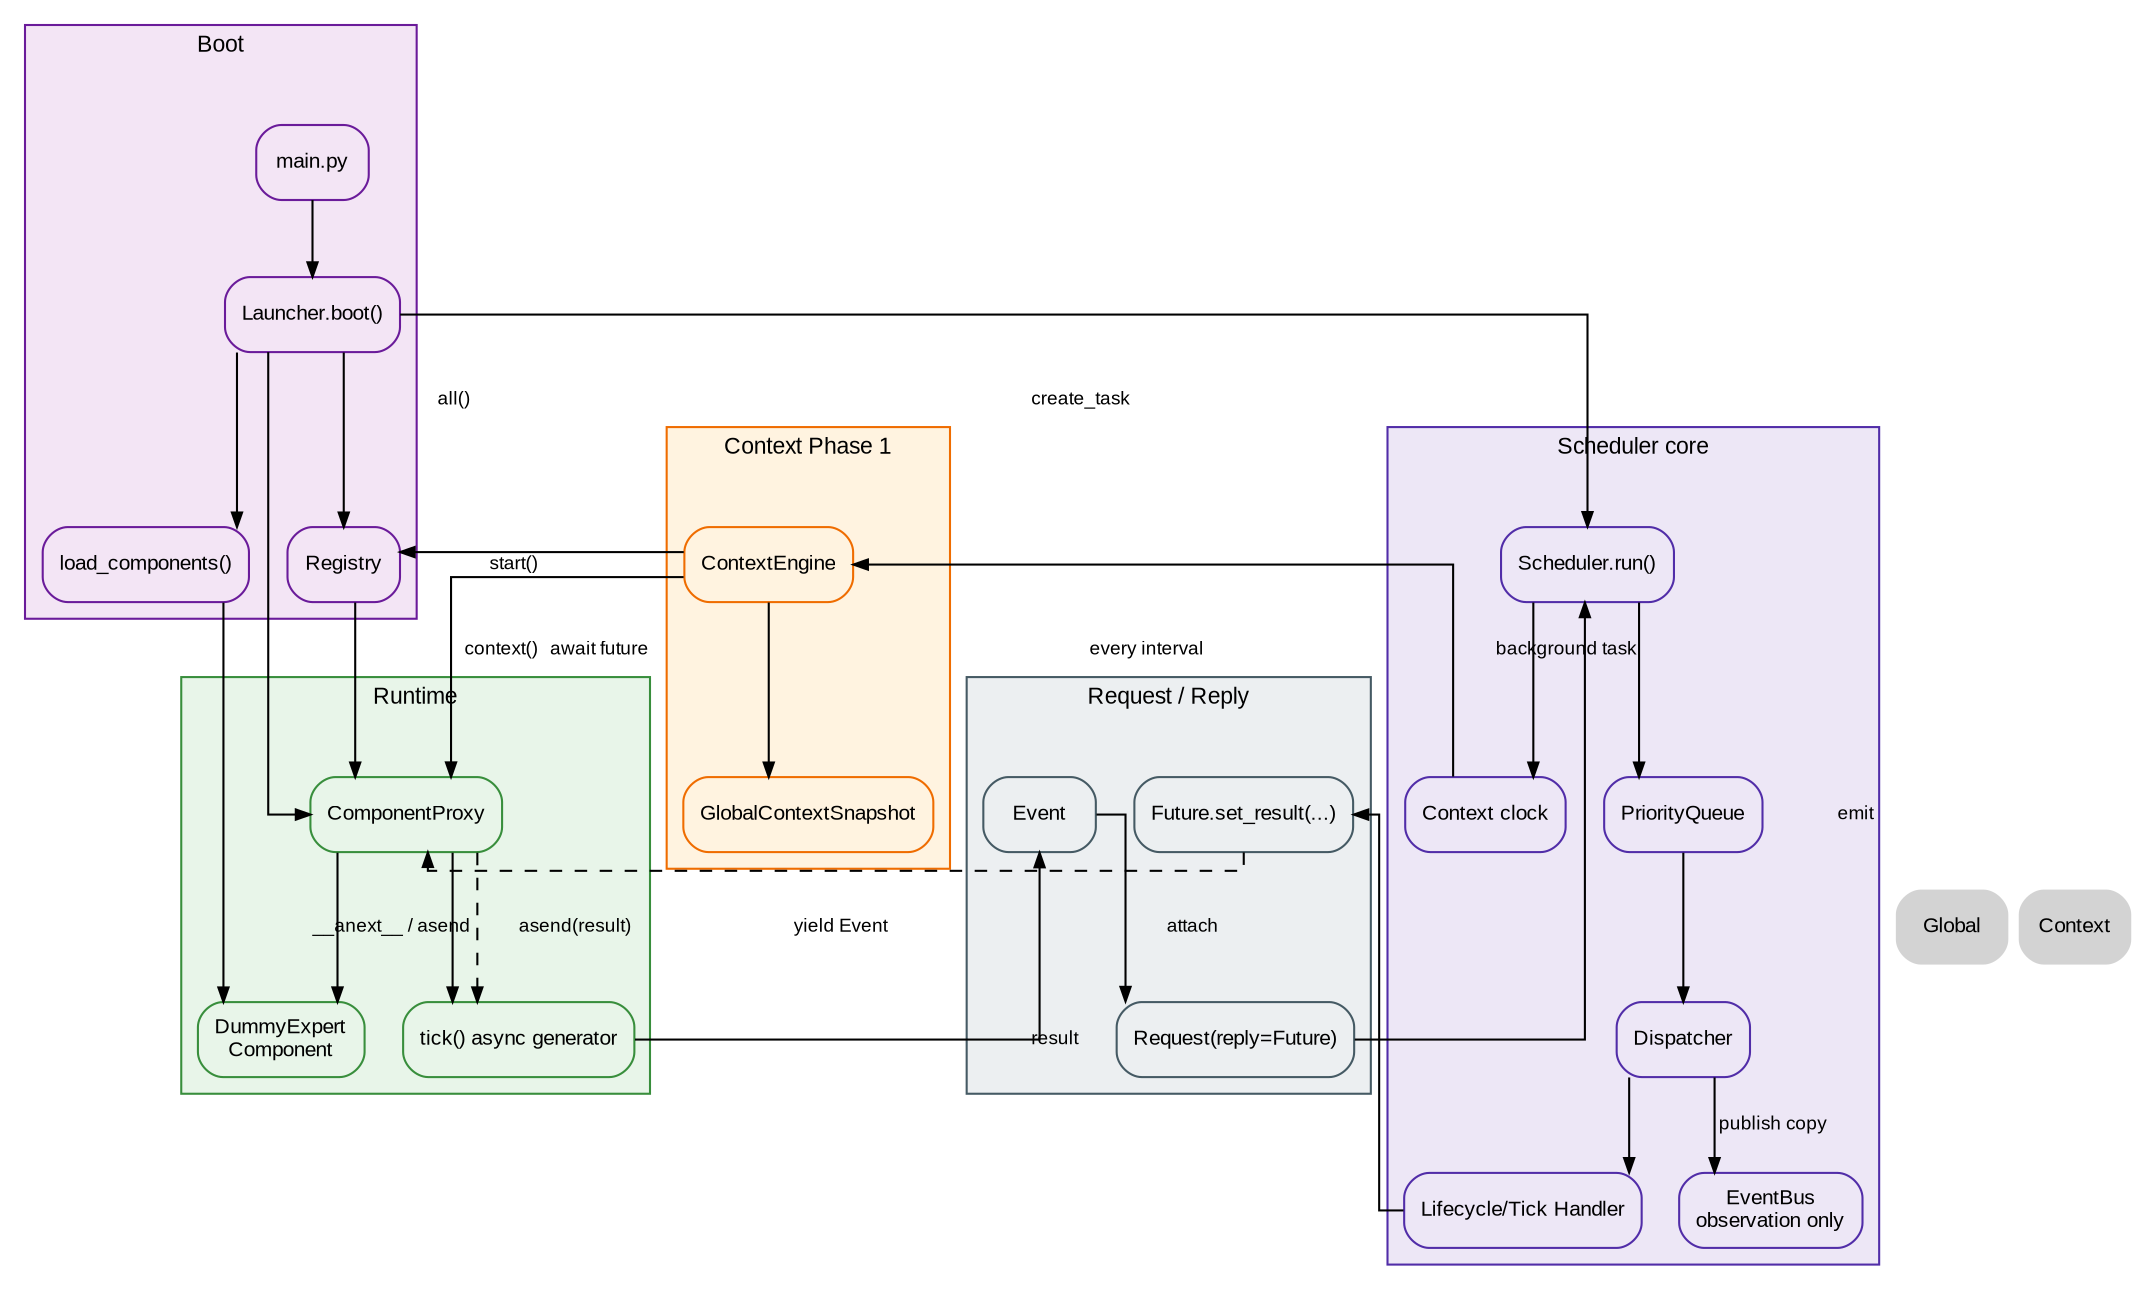
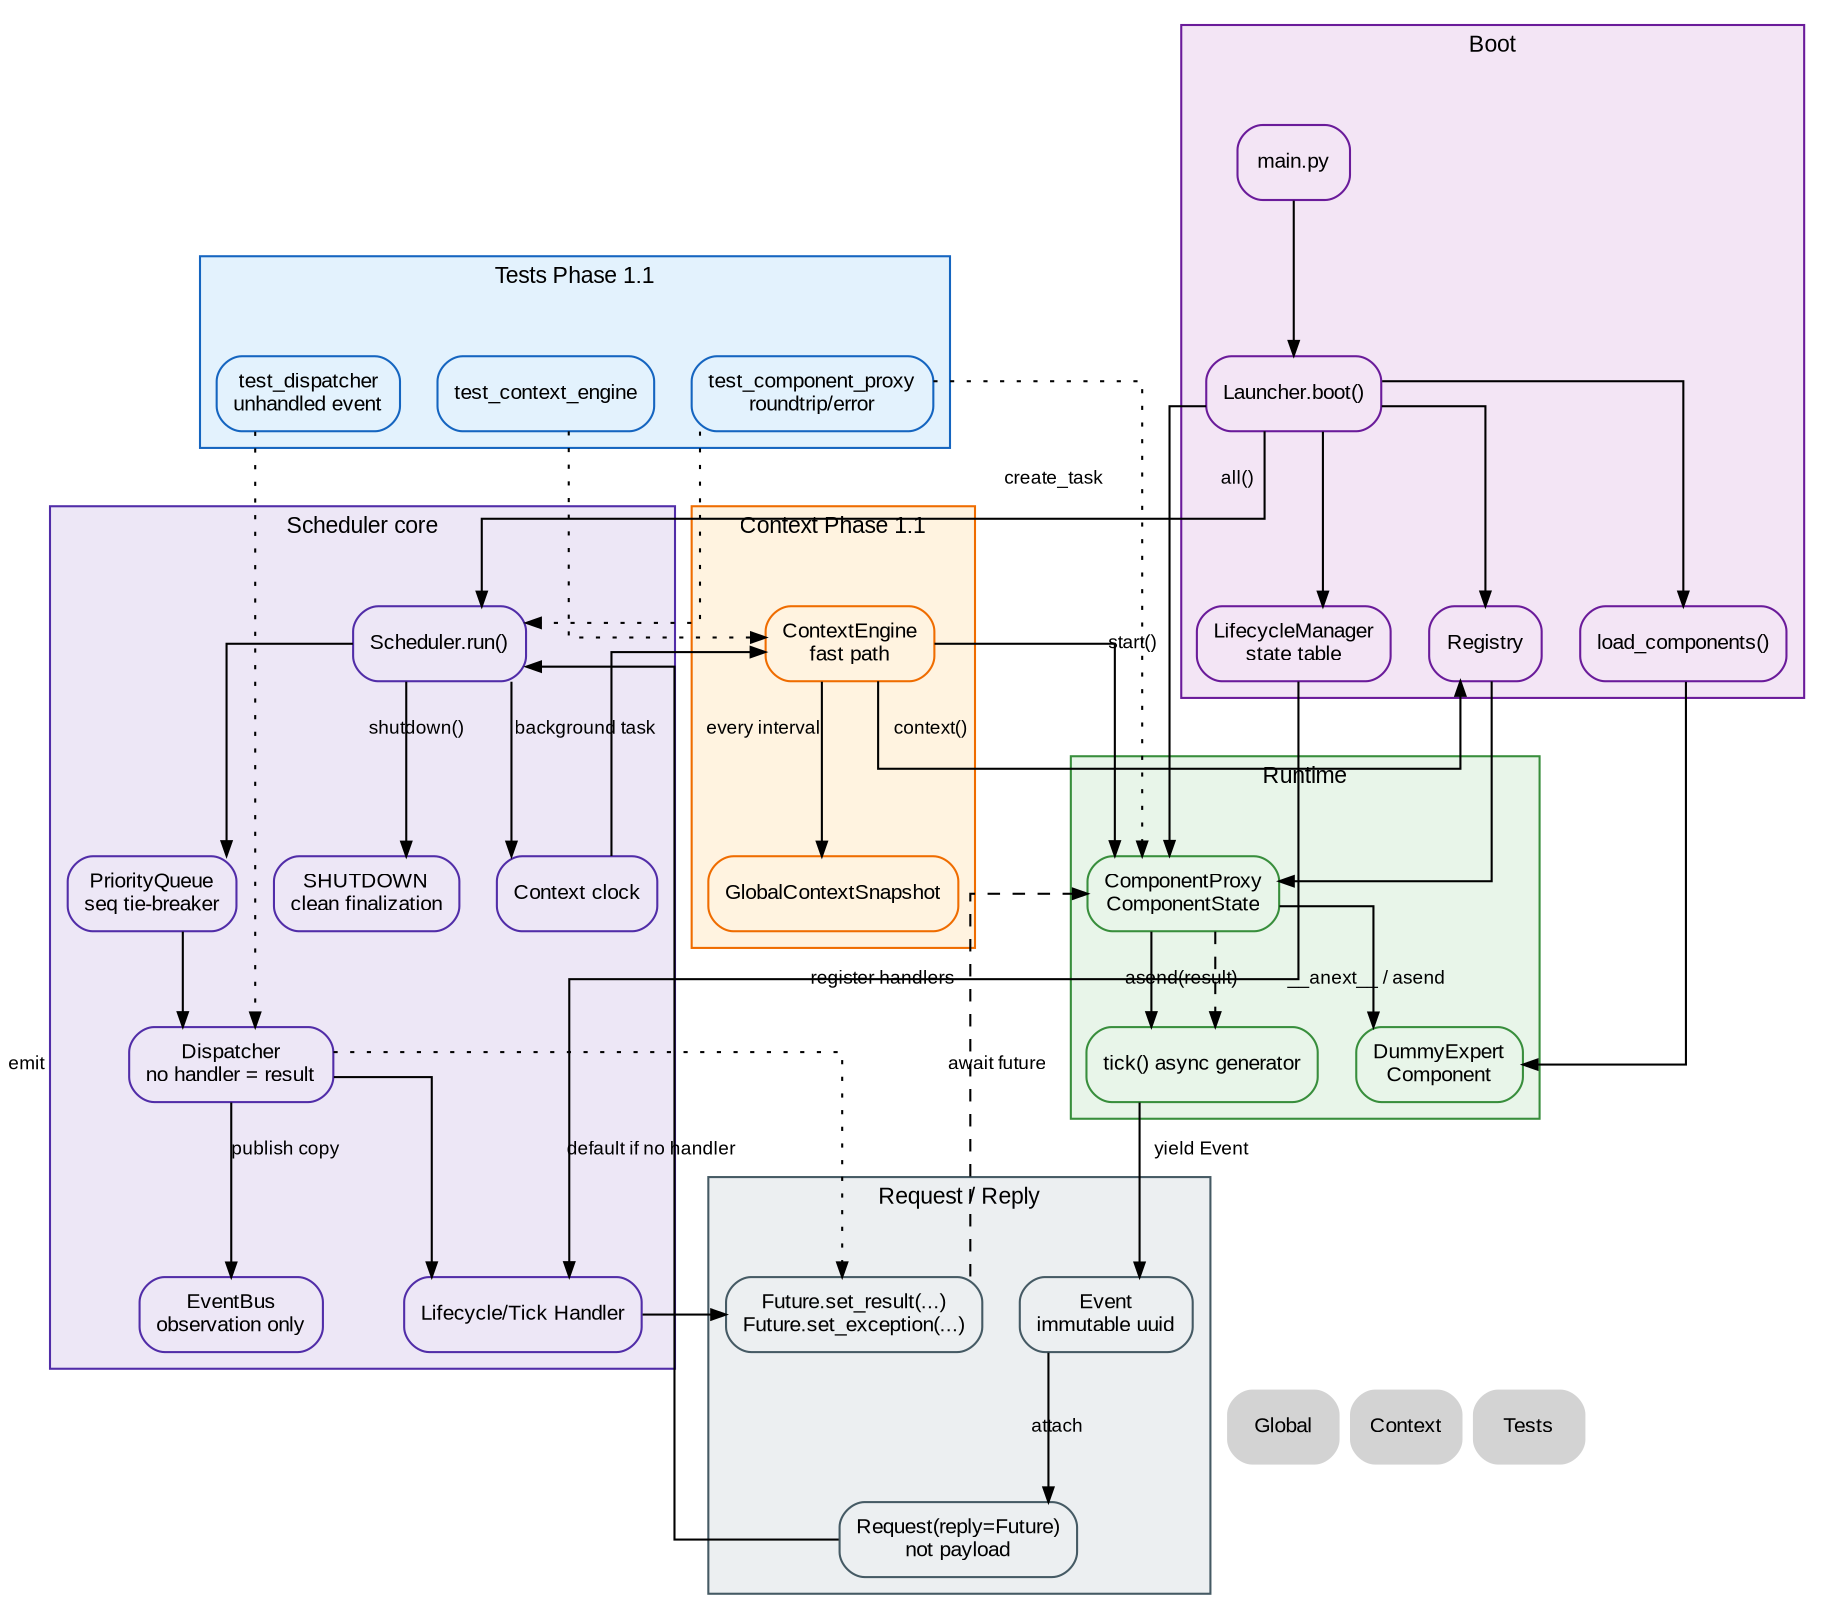
digraph Scheduler {
    rankdir=TB;
    compound=true;
    splines=ortho;

    graph [fontname="Arial", fontsize=11];
    node  [shape=box, style="rounded,filled", fontname="Arial", fontsize=10];
    edge  [fontname="Arial", fontsize=9, arrowsize=0.7];

    subgraph cluster_boot {
        label="Boot";
        color="#6a1b9a";
        bgcolor="#f3e5f5";
        node [fillcolor="#f3e5f5", color="#6a1b9a"];
-         Main     [label="main.py"];
-         Launcher [label="Launcher.boot()"];
-         Loader   [label="load_components()"];
-         Registry [label="Registry"];
+         Main      [label="main.py"];
+         Launcher  [label="Launcher.boot()"];
+         Loader    [label="load_components()"];
+         Registry  [label="Registry"];
+         Lifecycle [label="LifecycleManager\nstate table"];
    }

    subgraph cluster_runtime {
        label="Runtime";
        color="#388e3c";
        bgcolor="#e8f5e9";
        node [fillcolor="#e8f5e9", color="#388e3c"];
        RealComponent [label="DummyExpert\nComponent"];
-         Proxy         [label="ComponentProxy"];
+         Proxy         [label="ComponentProxy\nComponentState"];
        TickGen       [label="tick() async generator"];
    }

    subgraph cluster_scheduler {
        label="Scheduler core";
        color="#512da8";
        bgcolor="#ede7f6";
        node [fillcolor="#ede7f6", color="#512da8"];
        Scheduler [label="Scheduler.run()", URL="../00_global.svg", tooltip="Retour global"];
-         Queue     [label="PriorityQueue"];
-         Dispatcher;
+         Queue     [label="PriorityQueue\nseq tie-breaker"];
+         Dispatcher [label="Dispatcher\nno handler = result"];
        Handler   [label="Lifecycle/Tick Handler"];
        EventBus  [label="EventBus\nobservation only"];
        Clock     [label="Context clock"];
+         Shutdown  [label="SHUTDOWN\nclean finalization"];
    }

    subgraph cluster_reply {
        label="Request / Reply";
        color="#455a64";
        bgcolor="#eceff1";
        node [fillcolor="#eceff1", color="#455a64"];
-         Event   [label="Event"];
-         Request [label="Request(reply=Future)"];
-         Reply   [label="Future.set_result(...)"];
+         Event   [label="Event\nimmutable uuid"];
+         Request [label="Request(reply=Future)\nnot payload"];
+         Reply   [label="Future.set_result(...)\nFuture.set_exception(...)"];
    }

    subgraph cluster_context {
-         label="Context Phase 1";
+         label="Context Phase 1.1";
        color="#ef6c00";
        bgcolor="#fff3e0";
        node [fillcolor="#fff3e0", color="#ef6c00"];
-         ContextEngine [URL="../context/20_context.svg"];
+         ContextEngine [label="ContextEngine\nfast path", URL="../context/20_context.svg"];
        Snapshot      [label="GlobalContextSnapshot", URL="../context/20_context.svg"];
+     }
+ 
+     subgraph cluster_tests {
+         label="Tests Phase 1.1";
+         color="#1565c0";
+         bgcolor="#e3f2fd";
+         node [fillcolor="#e3f2fd", color="#1565c0"];
+         TestDispatcher [label="test_dispatcher\nunhandled event"];
+         TestProxy      [label="test_component_proxy\nroundtrip/error"];
+         TestContext    [label="test_context_engine"];
    }

    Main -> Launcher;
    Launcher -> Loader;
    Loader -> RealComponent;
    Launcher -> Registry;
+     Launcher -> Lifecycle;
    Registry -> Proxy;
    Proxy -> RealComponent;
    Launcher -> Scheduler [label="create_task"];
    Launcher -> Proxy [label="start()"];
+     Lifecycle -> Handler [label="register handlers"];

    Proxy -> TickGen [label="__anext__ / asend"];
    TickGen -> Event [label="yield Event"];
    Event -> Request [label="attach"];
    Request -> Scheduler [label="emit"];
    Scheduler -> Queue;
    Queue -> Dispatcher;
    Dispatcher -> Handler;
    Dispatcher -> EventBus [label="publish copy"];
    Handler -> Reply [label="result"];
+     Dispatcher -> Reply [label="default if no handler", style=dotted];
    Reply -> Proxy [label="await future", style=dashed];
    Proxy -> TickGen [label="asend(result)", style=dashed];

    Scheduler -> Clock [label="background task"];
    Clock -> ContextEngine [label="every interval"];
    ContextEngine -> Registry [label="all()"];
    ContextEngine -> Proxy [label="context()"];
    ContextEngine -> Snapshot;
+     Scheduler -> Shutdown [label="shutdown()"];
+ 
+     TestDispatcher -> Dispatcher [style=dotted];
+     TestProxy -> Proxy [style=dotted];
+     TestProxy -> Scheduler [style=dotted];
+     TestContext -> ContextEngine [style=dotted];

    Nav_Global [label="Global", shape=plaintext, URL="../00_global.svg"];
    Nav_Context [label="Context", shape=plaintext, URL="../context/20_context.svg"];
-     { rank=sink; Nav_Global; Nav_Context; }
+     Nav_Tests [label="Tests", shape=plaintext, URL="../tests/80_tests.svg"];
+     { rank=sink; Nav_Global; Nav_Context; Nav_Tests; }
}
